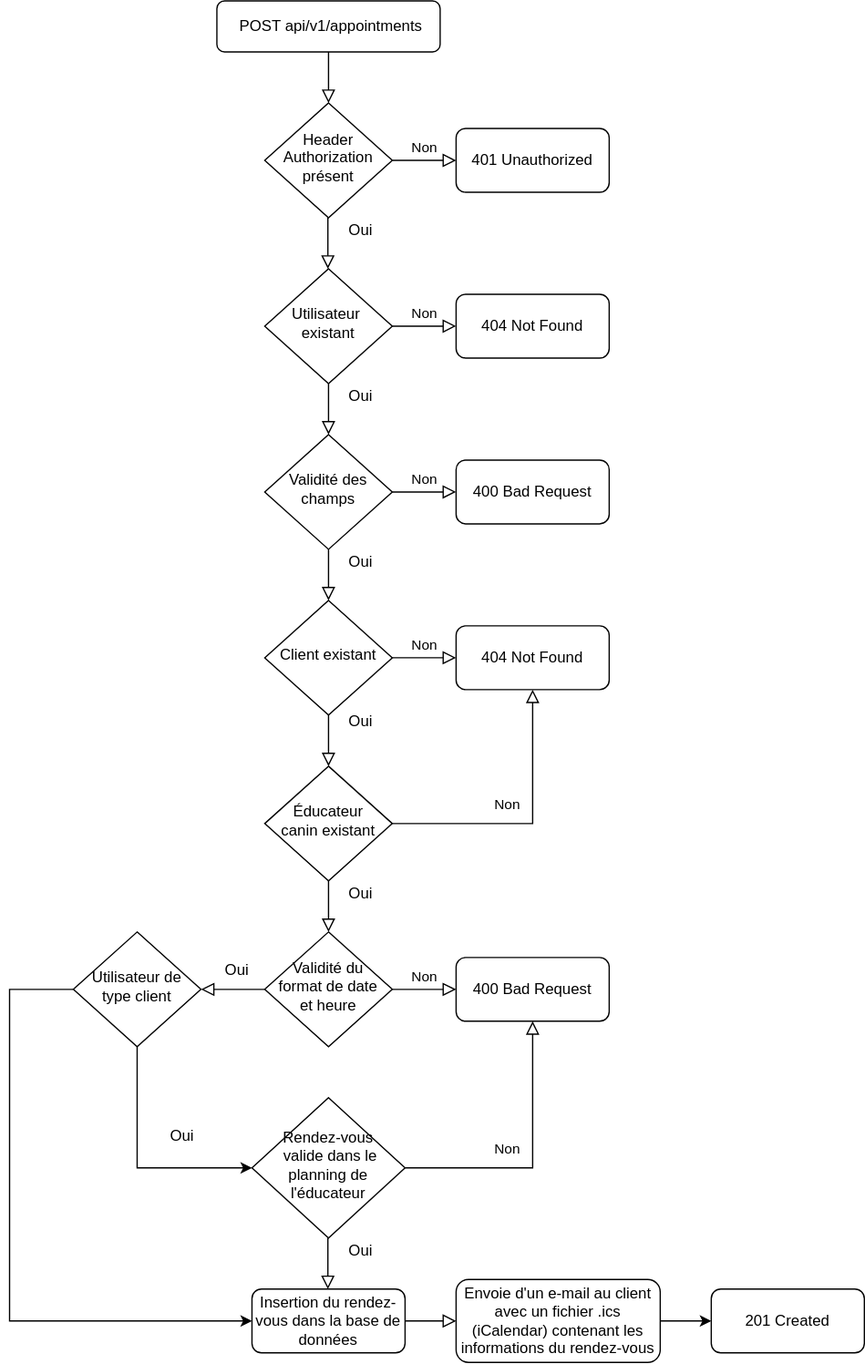
Earlier version of the draw.io export documentation/diagram/drawio/flowchartPostAppointment.svg (jonathanboreljaquet/bj-travail-diplome-2021). Source tidied: cells renumbered, new cells last; positions are measured from the earlier drawing's top-left corner, leaving out a move shared by most shapes.
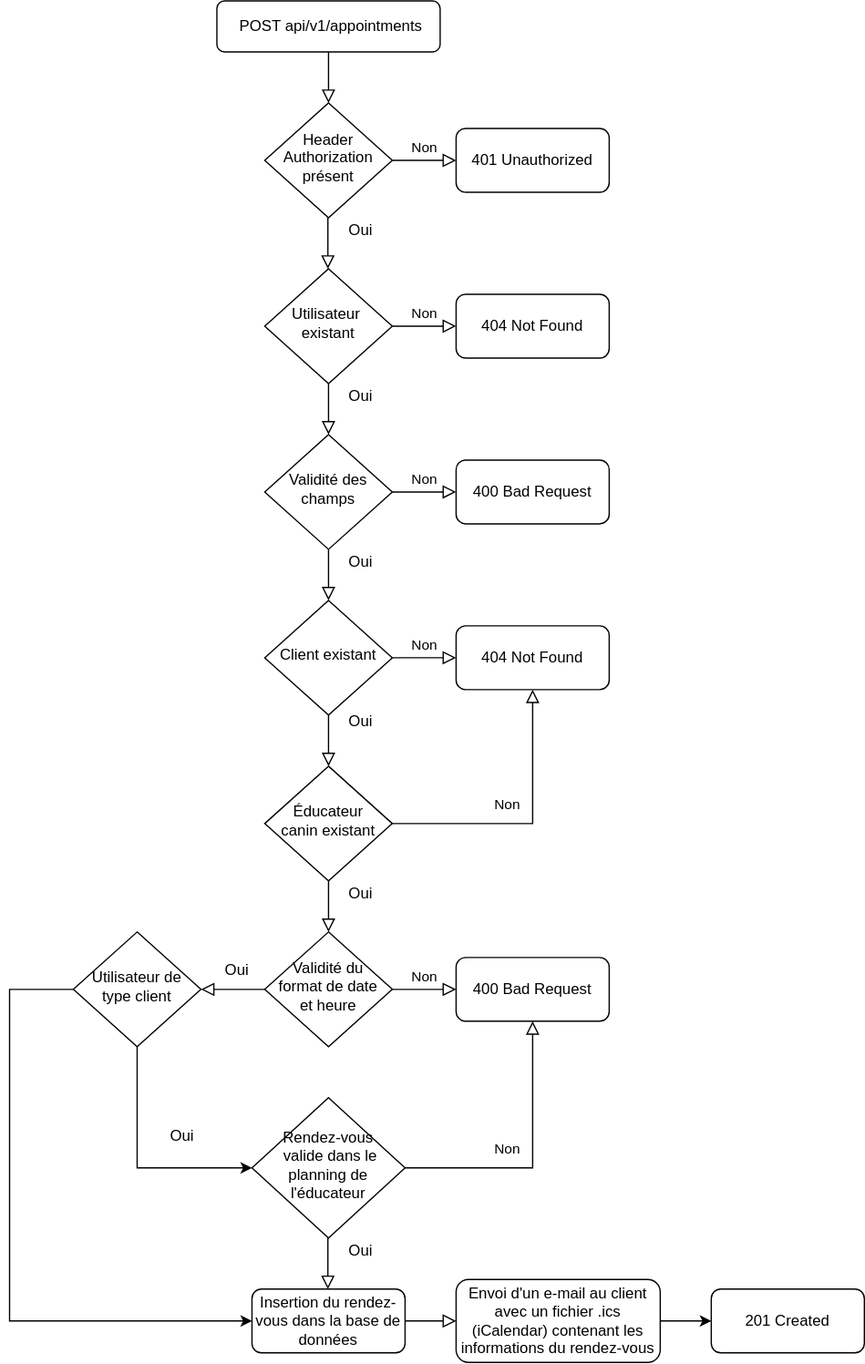
After the commit.

What changed in the source:
```diff
@@ -141,7 +141,7 @@
     <mxCell id="37" style="edgeStyle=orthogonalEdgeStyle;rounded=0;jettySize=auto;html=1;entryX=0;entryY=0.5;entryDx=0;entryDy=0;" parent="1" edge="1" source="38" target="45">
       <mxGeometry relative="1" as="geometry" />
     </mxCell>
-    <mxCell id="38" value="Envoie d'un e-mail au client avec un fichier .ics (iCalendar) contenant les informations du rendez-vous" style="rounded=1;whiteSpace=wrap;html=1;fontSize=12;glass=0;strokeWidth=1;shadow=0;" parent="1" vertex="1">
+    <mxCell id="38" value="Envoi d'un e-mail au client avec un fichier .ics (iCalendar) contenant les informations du rendez-vous" style="rounded=1;whiteSpace=wrap;html=1;fontSize=12;glass=0;strokeWidth=1;shadow=0;" parent="1" vertex="1">
       <mxGeometry x="350" y="1002.5" width="160" height="65" as="geometry" />
     </mxCell>
     <mxCell id="39" style="rounded=0;html=1;jettySize=auto;fontSize=11;endArrow=block;endFill=0;endSize=8;strokeWidth=1;shadow=0;labelBackgroundColor=none;edgeStyle=orthogonalEdgeStyle;exitX=1;exitY=0.5;exitDx=0;exitDy=0;entryX=0;entryY=0.5;entryDx=0;entryDy=0;" parent="1" edge="1" source="36" target="38">
```
